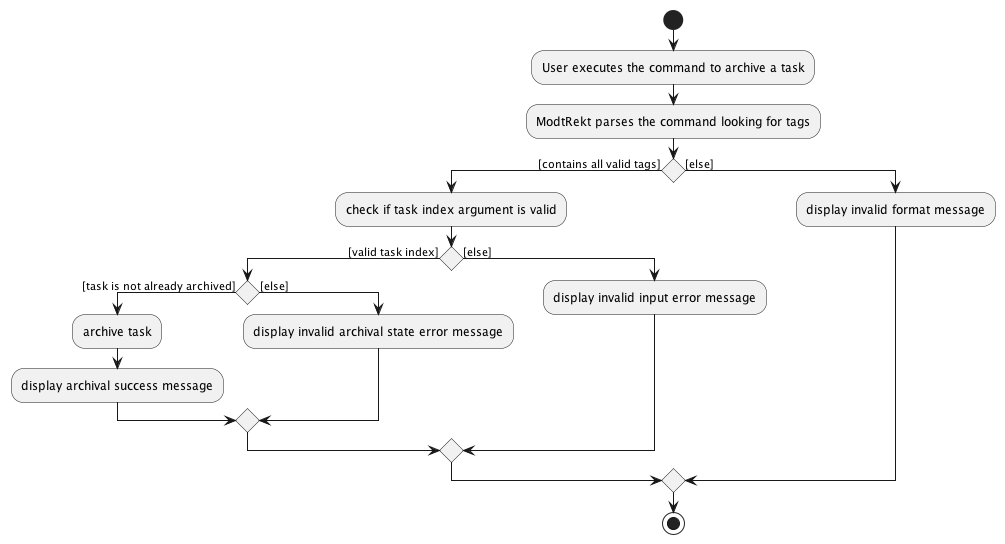
Earlier version of the PlantUML export docs/images/tasks/ArchivalActivityDiagram.png (nus-cs2103-AY2223S1/tp).
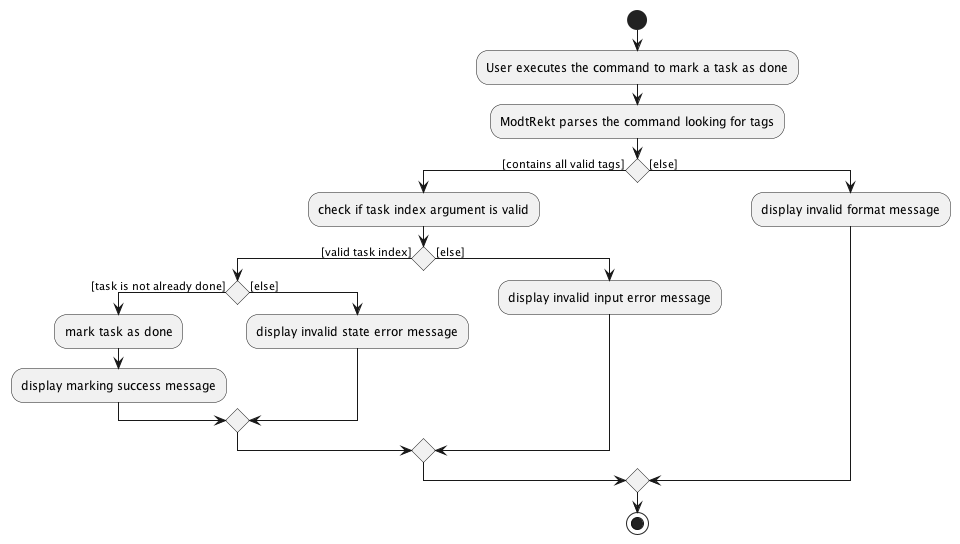
The same diagram one commit later.

What changed in the source:
```diff
@@ -1,17 +1,17 @@
 @startuml
 start
-:User executes the command to archive a task;
+:User executes the command to mark a task as done;
 :ModtRekt parses the command looking for tags;
 
 
 if () then ([contains all valid tags])
     :check if task index argument is valid;
     if () then ([valid task index])
-        if () then ([task is not already archived])
-            :archive task;
-            :display archival success message;
+        if () then ([task is not already done])
+            :mark task as done;
+            :display marking success message;
         else ([else])
-            :display invalid archival state error message;
+            :display invalid state error message;
         endif
     else ([else])
         :display invalid input error message;
```
